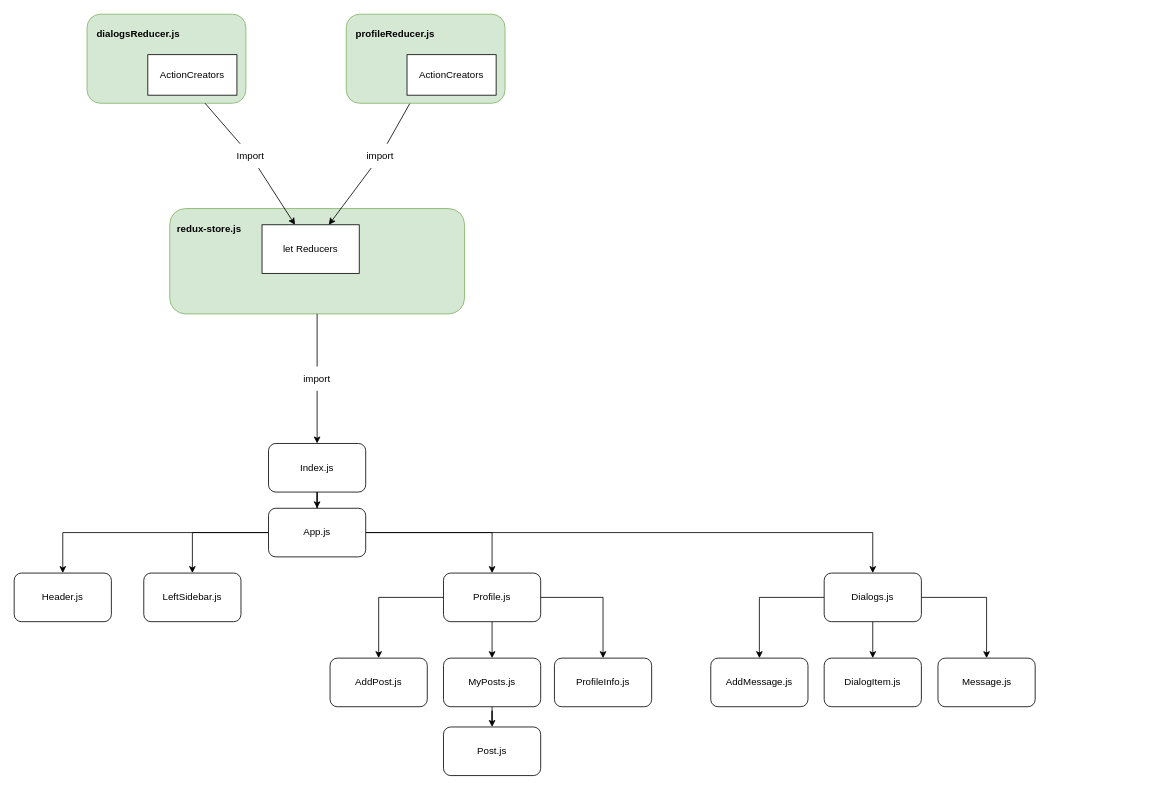
The draw.io diagram React-components tree.drawio in ayratkin/react-social-network, before the edit. Source tidied: cells renumbered, new cells numbered last; positions are measured from the earlier drawing's top-left corner, leaving out a move shared by most shapes. Both pictures are drawn from the tidied source at 81%, with x=0, y=0 at pixel (14, 14).
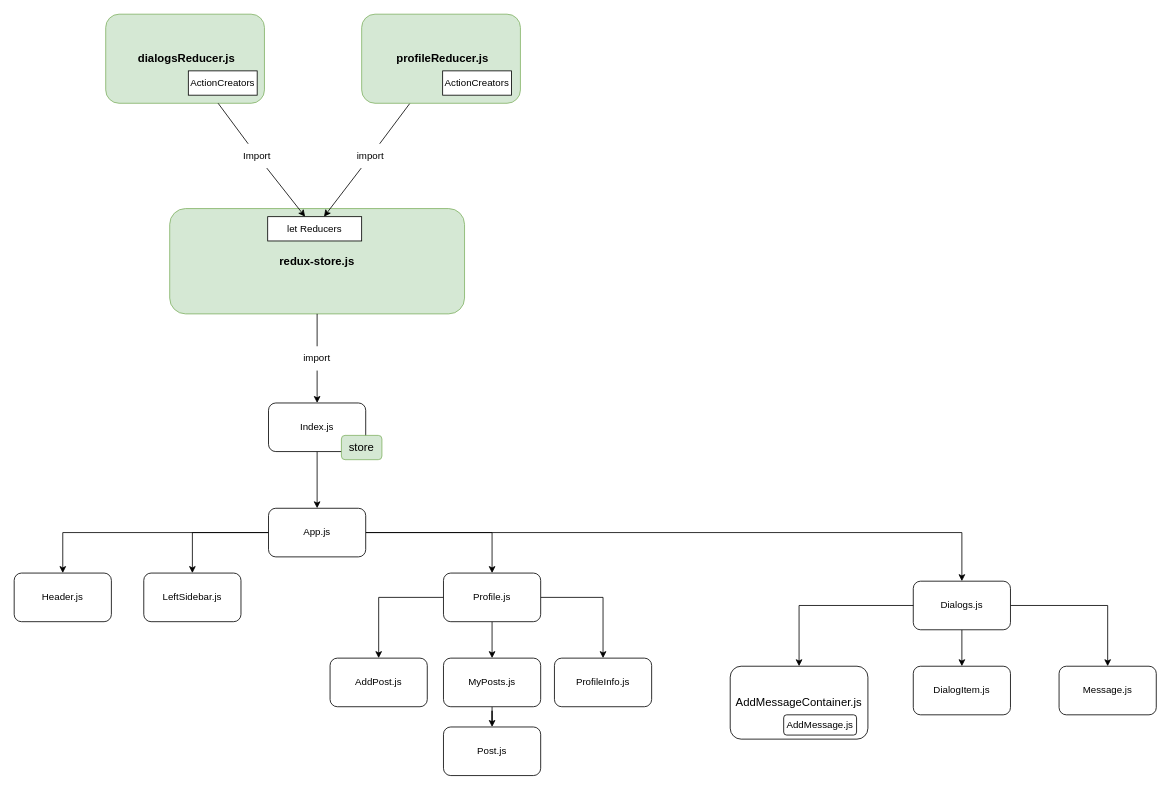
The same diagram, later.

Diff of the diagram source:
```diff
@@
     <mxCell id="3" value="Index.js" style="rounded=1;whiteSpace=wrap;html=1;" parent="1" vertex="1">
-      <mxGeometry x="314" y="530" width="120" height="60" as="geometry" />
+      <mxGeometry x="314" y="480" width="120" height="60" as="geometry" />
     </mxCell>
@@
-    <mxCell id="15" style="edgeStyle=orthogonalEdgeStyle;rounded=0;jettySize=auto;html=1;" parent="1" edge="1" source="18" target="19">
-      <mxGeometry relative="1" as="geometry" />
-    </mxCell>
@@
     <mxCell id="18" value="Dialogs.js" style="rounded=1;whiteSpace=wrap;html=1;" parent="1" vertex="1">
-      <mxGeometry x="1000" y="690" width="120" height="60" as="geometry" />
+      <mxGeometry x="1110" y="700" width="120" height="60" as="geometry" />
     </mxCell>
-    <mxCell id="19" value="AddMessage.js" style="rounded=1;whiteSpace=wrap;html=1;" parent="1" vertex="1">
-      <mxGeometry x="860" y="795" width="120" height="60" as="geometry" />
-    </mxCell>
     <mxCell id="20" value="DialogItem.js" style="rounded=1;whiteSpace=wrap;html=1;" parent="1" vertex="1">
-      <mxGeometry x="1000" y="795" width="120" height="60" as="geometry" />
+      <mxGeometry x="1110" y="805" width="120" height="60" as="geometry" />
     </mxCell>
     <mxCell id="21" value="Message.js" style="rounded=1;whiteSpace=wrap;html=1;" parent="1" vertex="1">
-      <mxGeometry x="1140.5" y="795" width="120" height="60" as="geometry" />
+      <mxGeometry x="1290" y="805" width="120" height="60" as="geometry" />
     </mxCell>
@@
     <mxCell id="28" value="Import" style="text;html=1;strokeColor=none;fillColor=none;align=center;verticalAlign=middle;whiteSpace=wrap;rounded=0;" parent="1" vertex="1">
-      <mxGeometry x="262" y="160" width="60" height="30" as="geometry" />
+      <mxGeometry x="270" y="160" width="60" height="30" as="geometry" />
     </mxCell>
@@
     <mxCell id="30" style="rounded=1;whiteSpace=wrap;html=1;fillColor=#d5e8d4;strokeColor=#82b366;" parent="1" vertex="1">
-      <mxGeometry x="90" width="196" height="110" as="geometry" />
+      <mxGeometry x="113" width="196" height="110" as="geometry" />
     </mxCell>
@@
     <mxCell id="32" value="let Reducers" style="rounded=0;whiteSpace=wrap;html=1;" parent="1" vertex="1">
-      <mxGeometry x="306" y="260" width="120" height="60" as="geometry" />
+      <mxGeometry x="313" y="250" width="116" height="30" as="geometry" />
     </mxCell>
@@
     <mxCell id="35" value="import" style="text;html=1;strokeColor=none;fillColor=none;align=center;verticalAlign=middle;whiteSpace=wrap;rounded=0;" parent="1" vertex="1">
-      <mxGeometry x="422" y="160" width="60" height="30" as="geometry" />
+      <mxGeometry x="410" y="160" width="60" height="30" as="geometry" />
     </mxCell>
-    <mxCell id="36" value="&lt;b&gt;redux-store.js&lt;/b&gt;" style="text;html=1;strokeColor=none;fillColor=none;align=center;verticalAlign=middle;whiteSpace=wrap;rounded=0;" parent="1" vertex="1">
-      <mxGeometry x="186" y="240" width="110" height="50" as="geometry" />
+    <mxCell id="36" value="&lt;b style=&quot;font-size: 14px;&quot;&gt;redux-store.js&lt;/b&gt;" style="text;html=1;strokeColor=none;fillColor=none;align=center;verticalAlign=middle;whiteSpace=wrap;rounded=0;fontSize=14;" parent="1" vertex="1">
+      <mxGeometry x="319" y="280" width="110" height="50" as="geometry" />
     </mxCell>
@@
     <mxCell id="38" value="import" style="text;html=1;strokeColor=none;fillColor=none;align=center;verticalAlign=middle;whiteSpace=wrap;rounded=0;" parent="1" vertex="1">
-      <mxGeometry x="344" y="435" width="60" height="30" as="geometry" />
+      <mxGeometry x="344" y="410" width="60" height="30" as="geometry" />
     </mxCell>
@@
-    <mxCell id="40" value="&lt;b&gt;dialogsReducer.js&lt;/b&gt;" style="text;html=1;strokeColor=none;fillColor=none;align=left;verticalAlign=middle;whiteSpace=wrap;rounded=0;" parent="1" vertex="1">
-      <mxGeometry x="100" y="10" width="160" height="30" as="geometry" />
+    <mxCell id="40" value="&lt;b style=&quot;font-size: 14px;&quot;&gt;dialogsReducer.js&lt;/b&gt;" style="text;html=1;strokeColor=none;fillColor=none;align=center;verticalAlign=middle;whiteSpace=wrap;rounded=0;fontSize=14;" parent="1" vertex="1">
+      <mxGeometry x="113" y="40" width="200" height="30" as="geometry" />
     </mxCell>
     <mxCell id="41" value="ActionCreators" style="rounded=0;whiteSpace=wrap;html=1;" parent="1" vertex="1">
-      <mxGeometry x="165" y="50" width="110" height="50" as="geometry" />
+      <mxGeometry x="215" y="70" width="85" height="30" as="geometry" />
     </mxCell>
     <mxCell id="42" style="rounded=1;whiteSpace=wrap;html=1;fillColor=#d5e8d4;strokeColor=#82b366;" parent="1" vertex="1">
-      <mxGeometry x="410" width="196" height="110" as="geometry" />
+      <mxGeometry x="429" width="196" height="110" as="geometry" />
     </mxCell>
-    <mxCell id="43" value="&lt;b&gt;profileReducer.js&lt;/b&gt;" style="text;html=1;strokeColor=none;fillColor=none;align=left;verticalAlign=middle;whiteSpace=wrap;rounded=0;" parent="1" vertex="1">
-      <mxGeometry x="420" y="10" width="160" height="30" as="geometry" />
+    <mxCell id="43" value="&lt;b style=&quot;font-size: 14px;&quot;&gt;profileReducer.js&lt;/b&gt;" style="text;html=1;strokeColor=none;fillColor=none;align=center;verticalAlign=middle;whiteSpace=wrap;rounded=0;fontSize=14;" parent="1" vertex="1">
+      <mxGeometry x="429" y="40" width="200" height="30" as="geometry" />
     </mxCell>
     <mxCell id="44" value="ActionCreators" style="rounded=0;whiteSpace=wrap;html=1;" parent="1" vertex="1">
-      <mxGeometry x="485" y="50" width="110" height="50" as="geometry" />
+      <mxGeometry x="529" y="70" width="85" height="30" as="geometry" />
     </mxCell>
+    <mxCell id="45" value="store" style="rounded=1;whiteSpace=wrap;html=1;fontSize=14;fillColor=#d5e8d4;strokeColor=#82b366;" parent="1" vertex="1">
+      <mxGeometry x="404" y="520" width="50" height="30" as="geometry" />
+    </mxCell>
+    <mxCell id="46" value="AddMessageContainer.js" style="rounded=1;whiteSpace=wrap;html=1;fontSize=14;" parent="1" vertex="1">
+      <mxGeometry x="884" y="805" width="170" height="90" as="geometry" />
+    </mxCell>
+    <mxCell id="19" value="AddMessage.js" style="rounded=1;whiteSpace=wrap;html=1;" parent="1" vertex="1">
+      <mxGeometry x="950" y="865" width="90" height="25" as="geometry" />
+    </mxCell>
+    <mxCell id="47" style="edgeStyle=orthogonalEdgeStyle;rounded=0;jettySize=auto;html=1;" parent="1" edge="1" source="18" target="46">
+      <mxGeometry relative="1" as="geometry" />
+    </mxCell>
```
